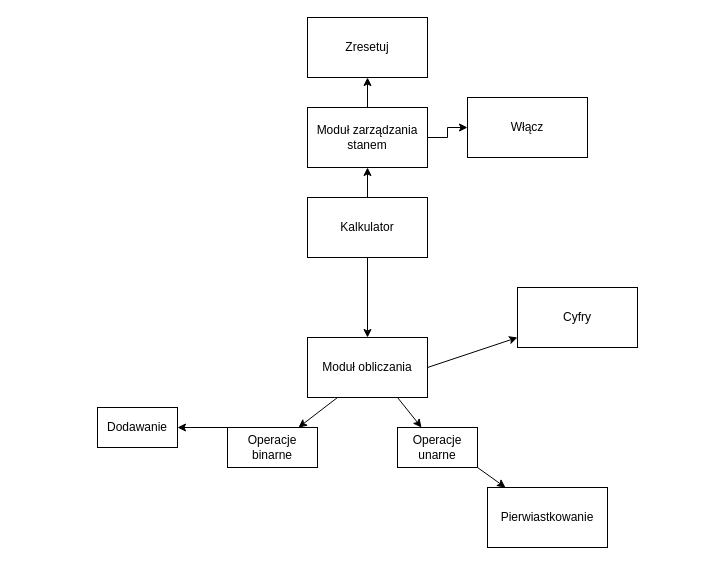
This is Diagram bez tytułu.drawio from wojwozniak/oop-calculator, a draw.io file, before an edit. Source tidied: cells renumbered, new cells numbered last; positions are measured from the earlier drawing's top-left corner, leaving out a move shared by most shapes. Both pictures are drawn from the tidied source at 100%, with x=0, y=0 at pixel (97, 17).
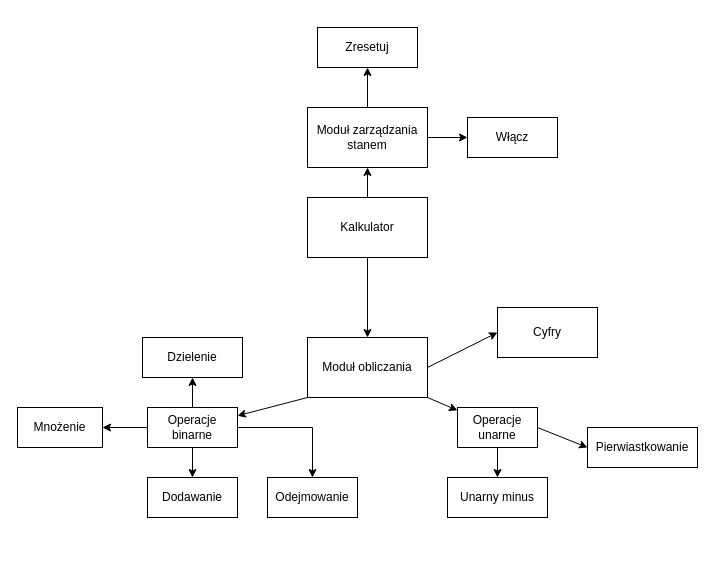
After the change.

The change refers to these unchanged cells:
```xml
<mxCell id="4" value="Moduł obliczania" style="rounded=0;whiteSpace=wrap;html=1;" parent="1" vertex="1">
  <mxGeometry x="210" y="320" width="120" height="60" as="geometry" />
</mxCell>
```

Diff of the diagram source:
```diff
@@
-    <mxCell id="5" style="endArrow=classic;html=1;rounded=0;exitX=0.25;exitY=1;exitDx=0;exitDy=0;" parent="1" edge="1" source="4" target="6">
+    <mxCell id="5" style="endArrow=classic;html=1;rounded=0;exitX=0;exitY=1;exitDx=0;exitDy=0;" parent="1" edge="1" source="4" target="6">
       <mxGeometry relative="1" as="geometry" />
     </mxCell>
+    <mxCell id="21" style="edgeStyle=orthogonalEdgeStyle;rounded=0;jettySize=auto;html=1;" parent="1" edge="1" source="6" target="23">
+      <mxGeometry relative="1" as="geometry" />
+    </mxCell>
     <mxCell id="6" value="Operacje binarne" style="rounded=0;whiteSpace=wrap;html=1;" parent="1" vertex="1">
-      <mxGeometry x="130" y="410" width="90" height="40" as="geometry" />
+      <mxGeometry x="50" y="390" width="90" height="40" as="geometry" />
     </mxCell>
-    <mxCell id="7" style="endArrow=classic;html=1;rounded=0;exitX=0.75;exitY=1;exitDx=0;exitDy=0;" parent="1" edge="1" source="4" target="8">
+    <mxCell id="7" style="endArrow=classic;html=1;rounded=0;exitX=1;exitY=1;exitDx=0;exitDy=0;" parent="1" edge="1" source="4" target="8">
       <mxGeometry relative="1" as="geometry" />
     </mxCell>
+    <mxCell id="22" style="edgeStyle=orthogonalEdgeStyle;rounded=0;jettySize=auto;html=1;" parent="1" edge="1" source="8" target="27">
+      <mxGeometry relative="1" as="geometry" />
+    </mxCell>
     <mxCell id="8" value="Operacje unarne" style="rounded=0;whiteSpace=wrap;html=1;" parent="1" vertex="1">
-      <mxGeometry x="300" y="410" width="80" height="40" as="geometry" />
+      <mxGeometry x="360" y="390" width="80" height="40" as="geometry" />
     </mxCell>
-    <mxCell id="9" style="endArrow=classic;html=1;rounded=0;exitX=0;exitY=0;exitDx=0;exitDy=0;" parent="1" edge="1" source="6" target="10">
+    <mxCell id="9" style="endArrow=classic;html=1;rounded=0;exitX=0.5;exitY=1;exitDx=0;exitDy=0;" parent="1" edge="1" source="6" target="10">
       <mxGeometry relative="1" as="geometry" />
     </mxCell>
     <mxCell id="10" value="Dodawanie" style="rounded=0;whiteSpace=wrap;html=1;" parent="1" vertex="1">
-      <mxGeometry y="390" width="80" height="40" as="geometry" />
+      <mxGeometry x="50" y="460" width="90" height="40" as="geometry" />
     </mxCell>
-    <mxCell id="11" style="endArrow=classic;html=1;rounded=0;exitX=1;exitY=0.5;exitDx=0;exitDy=0;" parent="1" edge="1" source="4" target="12">
+    <mxCell id="11" style="endArrow=classic;html=1;rounded=0;exitX=1;exitY=0.5;exitDx=0;exitDy=0;entryX=0;entryY=0.5;entryDx=0;entryDy=0;" parent="1" edge="1" source="4" target="12">
       <mxGeometry relative="1" as="geometry" />
     </mxCell>
     <mxCell id="12" value="Cyfry" style="rounded=0;whiteSpace=wrap;html=1;" parent="1" vertex="1">
-      <mxGeometry x="420" y="270" width="120" height="60" as="geometry" />
+      <mxGeometry x="400" y="290" width="100" height="50" as="geometry" />
     </mxCell>
@@
     <mxCell id="17" value="Włącz" style="rounded=0;whiteSpace=wrap;html=1;" parent="1" vertex="1">
-      <mxGeometry x="370" y="80" width="120" height="60" as="geometry" />
+      <mxGeometry x="370" y="100" width="90" height="40" as="geometry" />
     </mxCell>
     <mxCell id="18" value="Zresetuj" style="rounded=0;whiteSpace=wrap;html=1;" parent="1" vertex="1">
-      <mxGeometry x="210" width="120" height="60" as="geometry" />
+      <mxGeometry x="220" y="10" width="100" height="40" as="geometry" />
     </mxCell>
-    <mxCell id="19" style="endArrow=classic;html=1;rounded=0;exitX=1;exitY=1;exitDx=0;exitDy=0;" parent="1" edge="1" source="8" target="20">
+    <mxCell id="19" style="endArrow=classic;html=1;rounded=0;exitX=1;exitY=0.5;exitDx=0;exitDy=0;entryX=0;entryY=0.5;entryDx=0;entryDy=0;" parent="1" edge="1" source="8" target="20">
       <mxGeometry relative="1" as="geometry" />
     </mxCell>
     <mxCell id="20" value="Pierwiastkowanie" style="rounded=0;whiteSpace=wrap;html=1;" parent="1" vertex="1">
-      <mxGeometry x="390" y="470" width="120" height="60" as="geometry" />
+      <mxGeometry x="490" y="410" width="110" height="40" as="geometry" />
     </mxCell>
+    <mxCell id="23" value="Odejmowanie" style="whiteSpace=wrap;html=1;rounded=0;" parent="1" vertex="1">
+      <mxGeometry x="170" y="460" width="90" height="40" as="geometry" />
+    </mxCell>
+    <mxCell id="24" value="Mnożenie" style="whiteSpace=wrap;html=1;rounded=0;" parent="1" vertex="1">
+      <mxGeometry x="-80" y="390" width="85" height="40" as="geometry" />
+    </mxCell>
+    <mxCell id="25" style="endArrow=classic;html=1;rounded=0;exitX=0.5;exitY=0;exitDx=0;exitDy=0;entryX=0.5;entryY=1;entryDx=0;entryDy=0;" parent="1" edge="1" source="6" target="26">
+      <mxGeometry relative="1" as="geometry" />
+    </mxCell>
+    <mxCell id="26" value="Dzielenie" style="rounded=0;whiteSpace=wrap;html=1;" parent="1" vertex="1">
+      <mxGeometry x="45" y="320" width="100" height="40" as="geometry" />
+    </mxCell>
+    <mxCell id="27" value="Unarny minus" style="whiteSpace=wrap;html=1;rounded=0;" parent="1" vertex="1">
+      <mxGeometry x="350" y="460" width="100" height="40" as="geometry" />
+    </mxCell>
+    <mxCell id="28" style="endArrow=classic;html=1;rounded=0;exitX=0;exitY=0.5;exitDx=0;exitDy=0;entryX=1;entryY=0.5;entryDx=0;entryDy=0;" parent="1" edge="1" source="6" target="24">
+      <mxGeometry relative="1" as="geometry" />
+    </mxCell>
```
